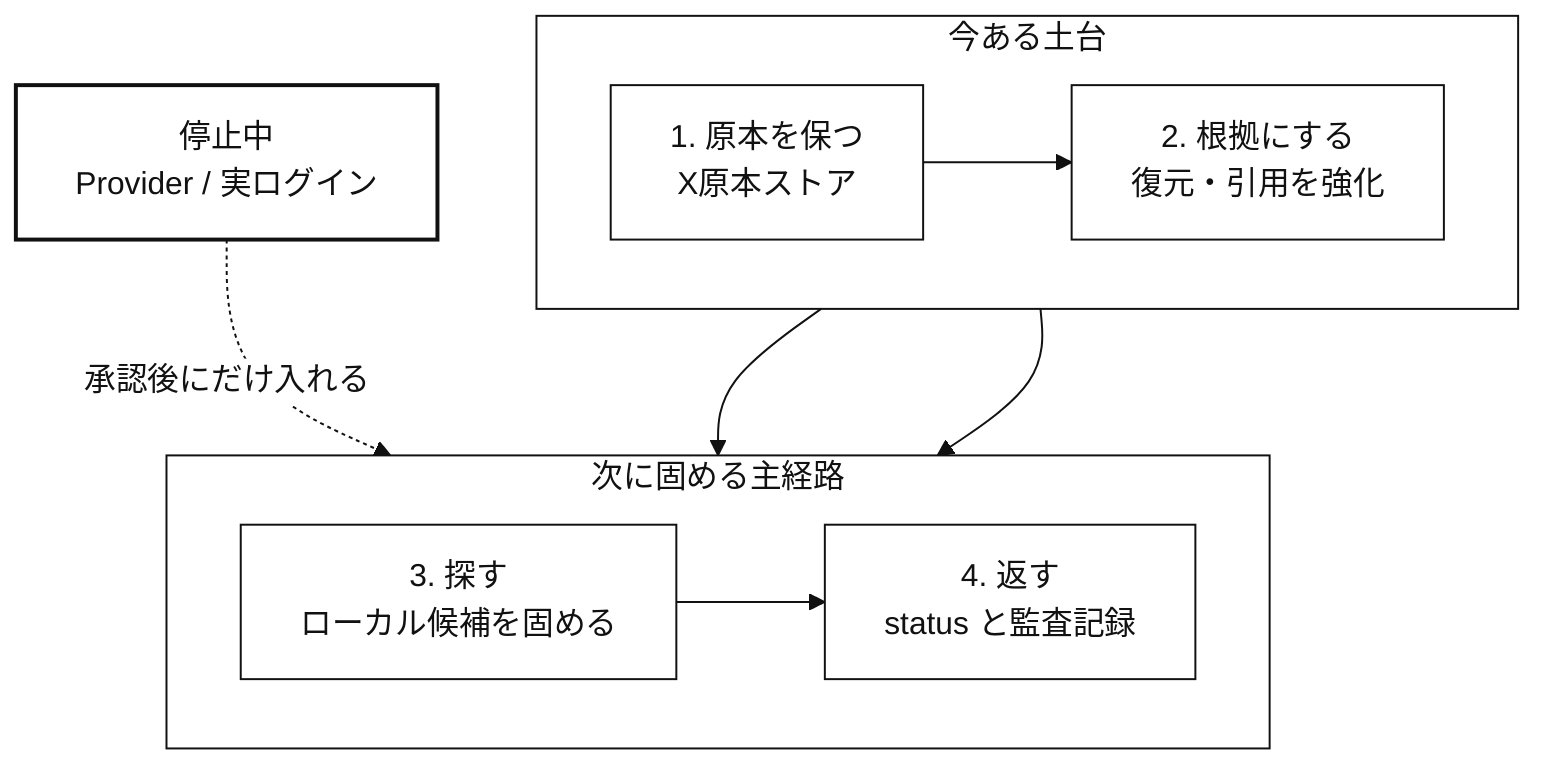
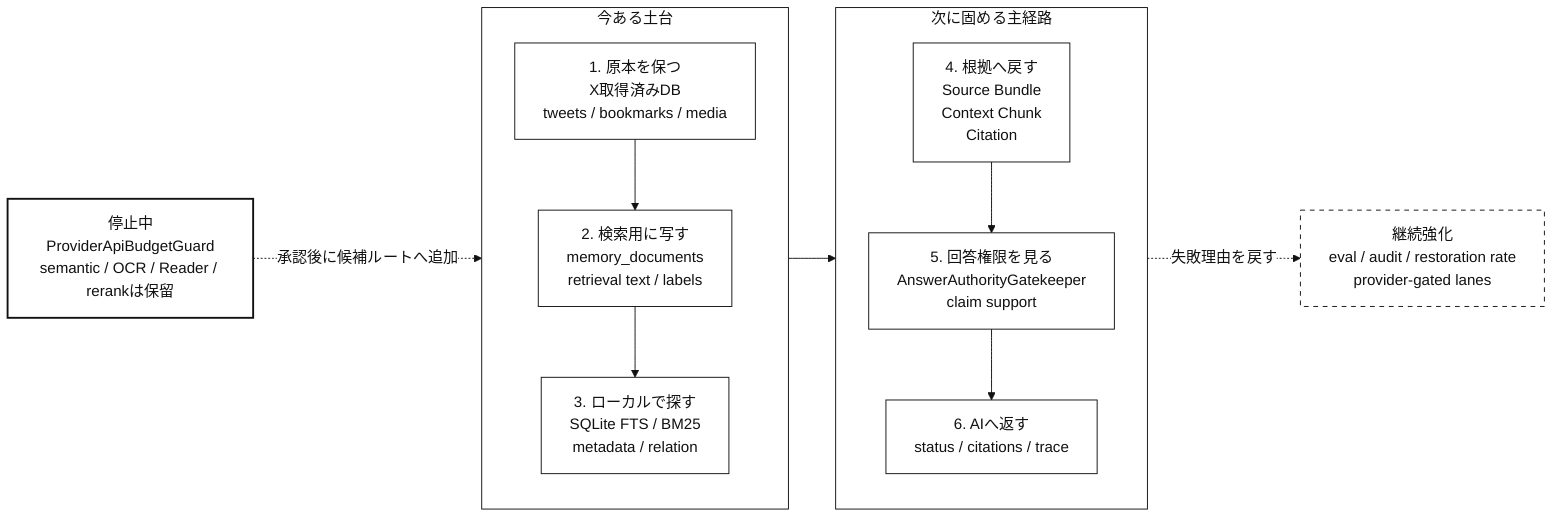
%%{init: {"theme":"base","themeVariables":{"background":"#ffffff","primaryColor":"#ffffff","primaryBorderColor":"#111111","primaryTextColor":"#111111","secondaryColor":"#ffffff","secondaryBorderColor":"#111111","secondaryTextColor":"#111111","tertiaryColor":"#ffffff","tertiaryBorderColor":"#111111","tertiaryTextColor":"#111111","lineColor":"#111111","textColor":"#111111","mainBkg":"#ffffff","secondBkg":"#ffffff","actorBkg":"#ffffff","actorBorder":"#111111","actorTextColor":"#111111","activationBkgColor":"#ffffff","activationBorderColor":"#111111","noteBkgColor":"#ffffff","noteBorderColor":"#111111","labelBoxBkgColor":"#ffffff","labelBoxBorderColor":"#111111","signalColor":"#111111","signalTextColor":"#111111","loopTextColor":"#111111"}}}%%
- flowchart TB
-   %% 現状のWBS / ロードマップ図: 現在どこが動き、どこが停止中かを見る
+ flowchart LR
+   %% 現状のWBS / ロードマップ図: 動いている土台と、次に本物化する層を見る

  classDef main fill:#ffffff,stroke:#111111,color:#111111
  classDef gate fill:#ffffff,stroke:#111111,color:#111111,stroke-width:2px
+   classDef side fill:#ffffff,stroke:#111111,color:#111111,stroke-dasharray: 5 5

-   source["1. 原本を保つ<br/>X原本ストア"]:::main
-   evidence["2. 根拠にする<br/>復元・引用を強化"]:::main
-   search["3. 探す<br/>ローカル候補を固める"]:::main
-   answer["4. 返す<br/>status と監査記録"]:::main
-   provider["停止中<br/>Provider / 実ログイン"]:::gate
- 
-   subgraph row1["今ある土台"]
-     direction LR
-     source --> evidence
+   subgraph base["今ある土台"]
+     direction TB
+     source["1. 原本を保つ<br/>X取得済みDB<br/>tweets / bookmarks / media"]:::main
+     projection["2. 検索用に写す<br/>memory_documents<br/>retrieval text / labels"]:::main
+     local["3. ローカルで探す<br/>SQLite FTS / BM25<br/>metadata / relation"]:::main
  end

-   subgraph row2["次に固める主経路"]
-     direction LR
-     search --> answer
+   subgraph next["次に固める主経路"]
+     direction TB
+     evidence["4. 根拠へ戻す<br/>Source Bundle<br/>Context Chunk<br/>Citation"]:::main
+     authority["5. 回答権限を見る<br/>AnswerAuthorityGatekeeper<br/>claim support"]:::main
+     tool["6. AIへ返す<br/>status / citations / trace"]:::main
  end

-   source --> search
-   evidence --> search
-   provider -. "承認後にだけ入れる" .-> search
+   provider["停止中<br/>ProviderApiBudgetGuard<br/>semantic / OCR / Reader / rerankは保留"]:::gate
+   audit["継続強化<br/>eval / audit / restoration rate<br/>provider-gated lanes"]:::side
+ 
+   source --> projection --> local
+   evidence --> authority --> tool
+   base --> next
+   provider -. "承認後に候補ルートへ追加" .-> local
+   tool -. "失敗理由を戻す" .-> audit
